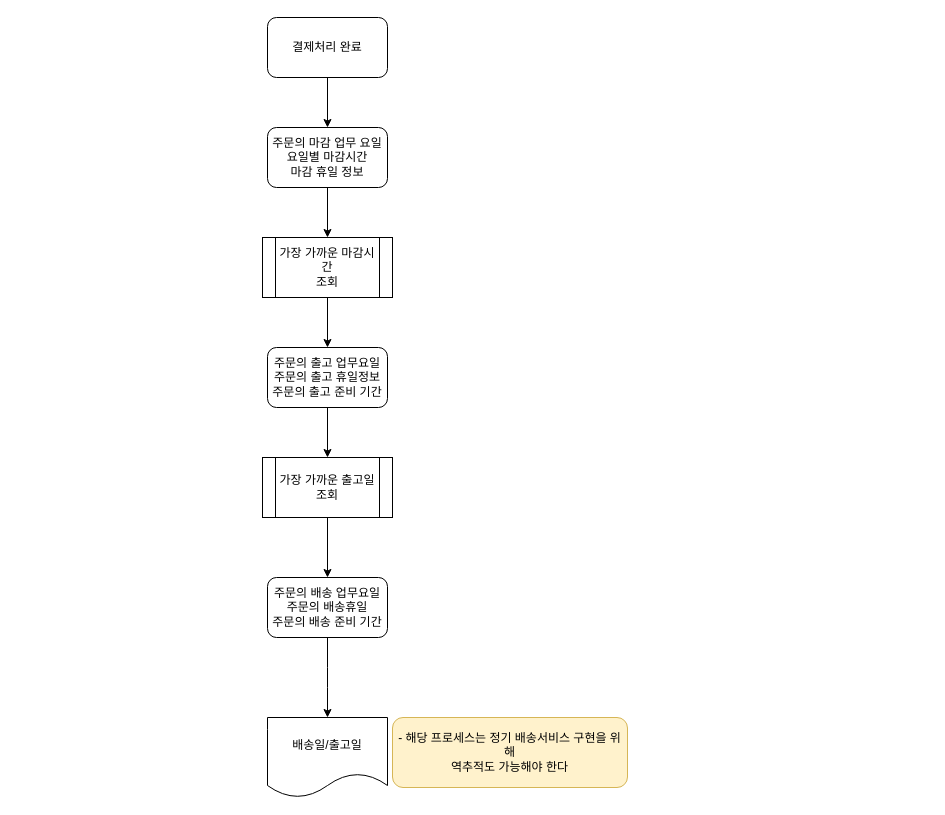
Earlier version of the draw.io diagram page "배송프로세스_기준데이터" (7 of 8) of 미트박스_배송.drawio (yongBomb90/drawio-1). Source tidied: cells renumbered, new cells numbered last; positions are measured from the earlier drawing's top-left corner, leaving out a move shared by most shapes. Both pictures are drawn from the tidied source at 100%, with x=0, y=0 at pixel (262, 17).
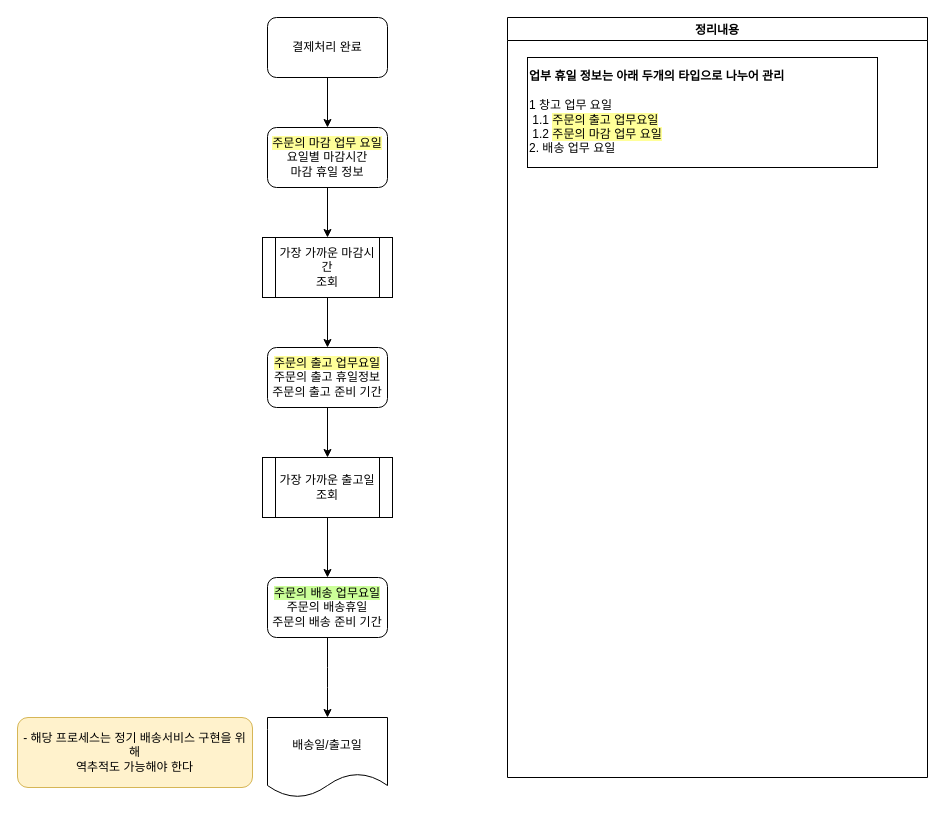
The same page after the edit.

Commit message:
Update 미트박스_배송.drawio

The edit, as a diff of the source:
```diff
@@
 <mxGraphModel>
   <root>
     <mxCell id="0" />
     <mxCell id="1" parent="0" />
     <mxCell id="2" style="edgeStyle=orthogonalEdgeStyle;rounded=0;jettySize=auto;html=1;" parent="1" edge="1" source="3" target="5">
       <mxGeometry relative="1" as="geometry" />
     </mxCell>
     <mxCell id="3" value="결제처리 완료" style="rounded=1;whiteSpace=wrap;html=1;" parent="1" vertex="1">
       <mxGeometry x="5" width="120" height="60" as="geometry" />
     </mxCell>
     <mxCell id="4" style="edgeStyle=orthogonalEdgeStyle;rounded=1;jettySize=auto;html=1;entryX=0.5;entryY=0;entryDx=0;entryDy=0;" parent="1" edge="1" source="5" target="12">
       <mxGeometry relative="1" as="geometry" />
     </mxCell>
-    <mxCell id="5" value="주문의 마감 업무 요일&lt;br&gt;요일별 마감시간&lt;br&gt;마감 휴일 정보" style="whiteSpace=wrap;html=1;rounded=1;" parent="1" vertex="1">
+    <mxCell id="5" value="&lt;span style=&quot;background-color: rgb(255 , 255 , 153)&quot;&gt;주문의 마감 업무 요일&lt;/span&gt;&lt;br&gt;요일별 마감시간&lt;br&gt;마감 휴일 정보" style="whiteSpace=wrap;html=1;rounded=1;" parent="1" vertex="1">
       <mxGeometry x="5" y="110" width="120" height="60" as="geometry" />
     </mxCell>
     <mxCell id="6" style="edgeStyle=orthogonalEdgeStyle;rounded=1;jettySize=auto;html=1;" parent="1" edge="1" source="7" target="14">
       <mxGeometry relative="1" as="geometry" />
     </mxCell>
-    <mxCell id="7" value="주문의 출고 업무요일&lt;br&gt;주문의 출고 휴일정보&lt;br&gt;주문의 출고 준비 기간" style="whiteSpace=wrap;html=1;rounded=1;" parent="1" vertex="1">
+    <mxCell id="7" value="&lt;span style=&quot;background-color: rgb(255 , 255 , 153)&quot;&gt;주문의 출고 업무요일&lt;/span&gt;&lt;br&gt;주문의 출고 휴일정보&lt;br&gt;주문의 출고 준비 기간" style="whiteSpace=wrap;html=1;rounded=1;" parent="1" vertex="1">
       <mxGeometry x="5" y="330" width="120" height="60" as="geometry" />
     </mxCell>
     <mxCell id="8" style="edgeStyle=orthogonalEdgeStyle;rounded=1;jettySize=auto;html=1;" parent="1" edge="1" source="9">
       <mxGeometry relative="1" as="geometry">
         <mxPoint x="65" y="700" as="targetPoint" />
       </mxGeometry>
     </mxCell>
-    <mxCell id="9" value="주문의 배송 업무요일&lt;br&gt;주문의 배송휴일&lt;br&gt;주문의 배송 준비 기간" style="whiteSpace=wrap;html=1;rounded=1;" parent="1" vertex="1">
+    <mxCell id="9" value="&lt;span style=&quot;background-color: rgb(204 , 255 , 153)&quot;&gt;주문의 배송 업무요일&lt;/span&gt;&lt;br&gt;주문의 배송휴일&lt;br&gt;주문의 배송 준비 기간" style="whiteSpace=wrap;html=1;rounded=1;" parent="1" vertex="1">
       <mxGeometry x="5" y="560" width="120" height="60" as="geometry" />
     </mxCell>
     <mxCell id="10" value="배송일/출고일" style="shape=document;whiteSpace=wrap;html=1;boundedLbl=1;" parent="1" vertex="1">
       <mxGeometry x="5" y="700" width="120" height="80" as="geometry" />
     </mxCell>
     <mxCell id="11" style="edgeStyle=orthogonalEdgeStyle;rounded=1;jettySize=auto;html=1;" parent="1" edge="1" source="12" target="7">
       <mxGeometry relative="1" as="geometry" />
     </mxCell>
     <mxCell id="12" value="&lt;span&gt;가장 가까운 마감시간&lt;br&gt;조회&lt;br&gt;&lt;/span&gt;" style="shape=process;whiteSpace=wrap;html=1;backgroundOutline=1;" parent="1" vertex="1">
       <mxGeometry y="220" width="130" height="60" as="geometry" />
     </mxCell>
     <mxCell id="13" style="edgeStyle=orthogonalEdgeStyle;rounded=1;jettySize=auto;html=1;" parent="1" edge="1" source="14" target="9">
       <mxGeometry relative="1" as="geometry" />
     </mxCell>
     <mxCell id="14" value="가장 가까운 출고일&lt;span&gt;&lt;br&gt;조회&lt;br&gt;&lt;/span&gt;" style="shape=process;whiteSpace=wrap;html=1;backgroundOutline=1;" parent="1" vertex="1">
       <mxGeometry y="440" width="130" height="60" as="geometry" />
     </mxCell>
     <mxCell id="15" value="- 해당 프로세스는 정기 배송서비스 구현을 위해&lt;br&gt;역추적도&amp;nbsp;가능해야 한다" style="rounded=1;whiteSpace=wrap;html=1;fillColor=#fff2cc;strokeColor=#d6b656;align=center;" parent="1" vertex="1">
-      <mxGeometry x="130" y="700" width="235" height="70" as="geometry" />
+      <mxGeometry x="-245" y="700" width="235" height="70" as="geometry" />
     </mxCell>
+    <mxCell id="16" value="정리내용" style="swimlane;labelBackgroundColor=none;fontColor=default;" parent="1" vertex="1">
+      <mxGeometry x="245" width="420" height="760" as="geometry" />
+    </mxCell>
+    <mxCell id="17" value="&lt;div&gt;&lt;b&gt;업부 휴일 정보는 아래 두개의 타입으로 나누어 관리&lt;/b&gt;&lt;br&gt;&lt;br&gt;&lt;/div&gt;&lt;div&gt;1 창고 업무 요일&lt;/div&gt;&lt;div&gt;&lt;span style=&quot;white-space: pre&quot;&gt; &lt;/span&gt;1.1&amp;nbsp;&lt;span style=&quot;background-color: rgb(255 , 255 , 153)&quot;&gt;주문의 출고 업무요일&lt;/span&gt;&lt;/div&gt;&lt;div&gt;&lt;span style=&quot;white-space: pre&quot;&gt; &lt;/span&gt;1.2&amp;nbsp;&lt;span style=&quot;background-color: rgb(255 , 255 , 153)&quot;&gt;주문의 마감 업무 요일&lt;/span&gt;&lt;/div&gt;&lt;div&gt;2. 배송 업무 요일&lt;/div&gt;" style="text;html=1;strokeColor=default;fillColor=none;align=left;verticalAlign=middle;whiteSpace=wrap;rounded=0;labelBackgroundColor=none;fontColor=default;" parent="16" vertex="1">
+      <mxGeometry x="20" y="40" width="350" height="110" as="geometry" />
+    </mxCell>
   </root>
 </mxGraphModel>
```
